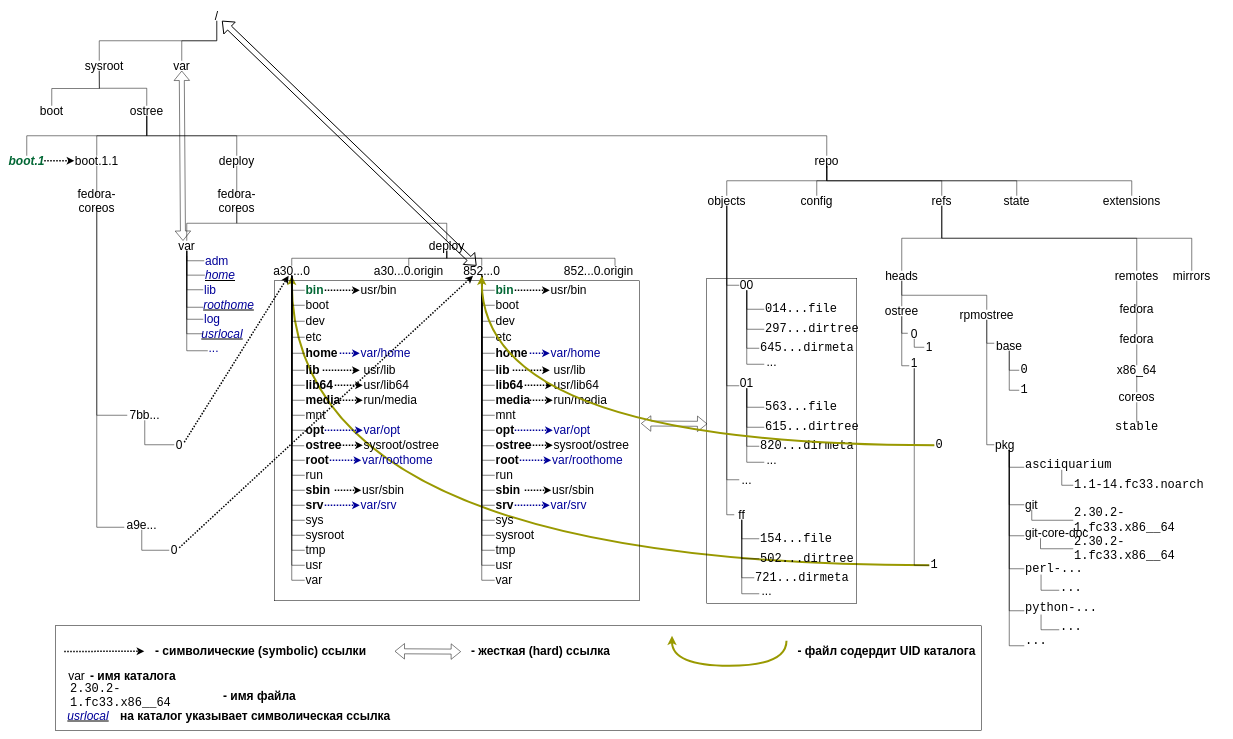
This is Images/rootTree.drawio from kafnevod/ALT-CoreOs, a draw.io file, before an edit. Source tidied: cells renumbered, new cells numbered last; positions are measured from the earlier drawing's top-left corner, leaving out a move shared by most shapes. Both pictures are drawn from the tidied source at 50%, with x=0, y=0 at pixel (9, 10).
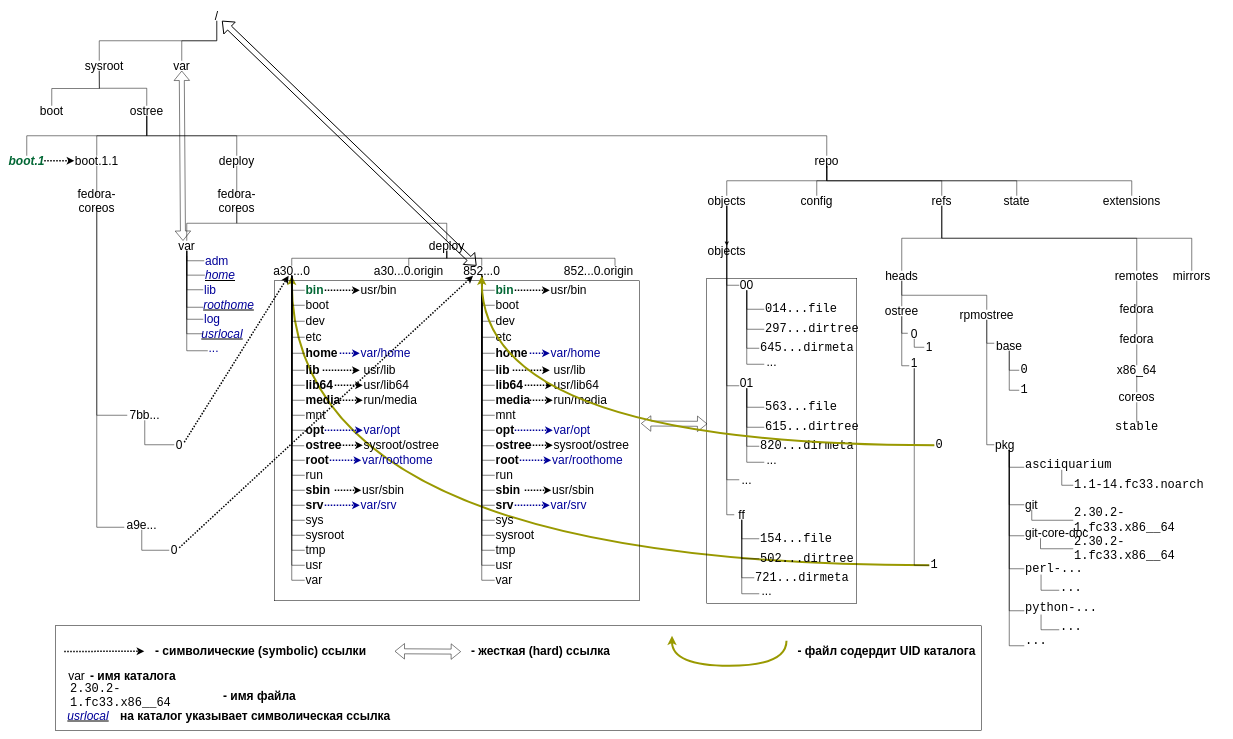
Above is the later version.

The change refers to these unchanged cells:
```xml
<mxCell id="176" value="&lt;font style=&quot;font-size: 24px&quot;&gt;objects&lt;/font&gt;" style="text;html=1;strokeColor=none;fillColor=none;align=center;verticalAlign=middle;whiteSpace=wrap;rounded=0;" parent="1" vertex="1">
  <mxGeometry x="1390" y="370" width="90" height="20" as="geometry" />
</mxCell>
```

What changed in the source:
```diff
@@
+    <mxCell id="303" style="edgeStyle=orthogonalEdgeStyle;rounded=0;jettySize=auto;html=1;" parent="1" edge="1" source="176" target="304">
+      <mxGeometry relative="1" as="geometry" />
+    </mxCell>
@@
+    <mxCell id="304" value="&lt;font style=&quot;font-size: 24px&quot;&gt;objects&lt;/font&gt;" style="text;html=1;strokeColor=none;fillColor=none;align=center;verticalAlign=middle;whiteSpace=wrap;rounded=0;" parent="1" vertex="1">
+      <mxGeometry x="1390" y="470" width="90" height="20" as="geometry" />
+    </mxCell>
```
